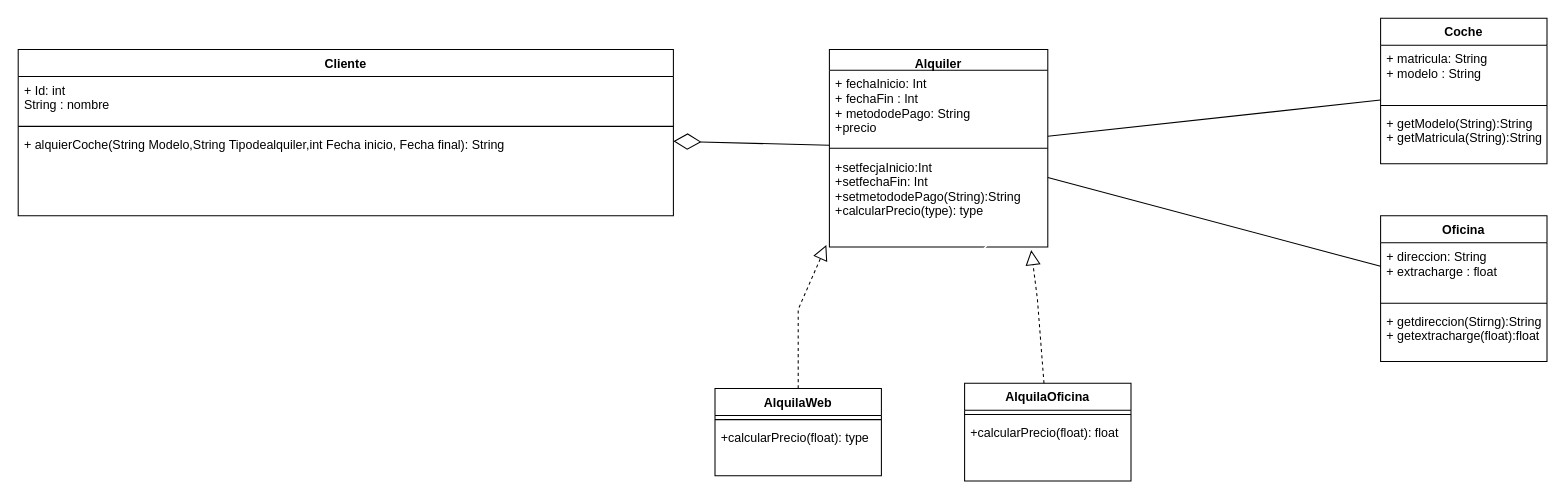
Above: Untitled Diagram.drawio in javierlago/UmlDiagrams (draw.io), before the change. Source tidied: cells renumbered, new cells numbered last; positions are measured from the earlier drawing's top-left corner, leaving out a move shared by most shapes. Both pictures are drawn from the tidied source at 104%, with x=0, y=0 at pixel (18, 18).
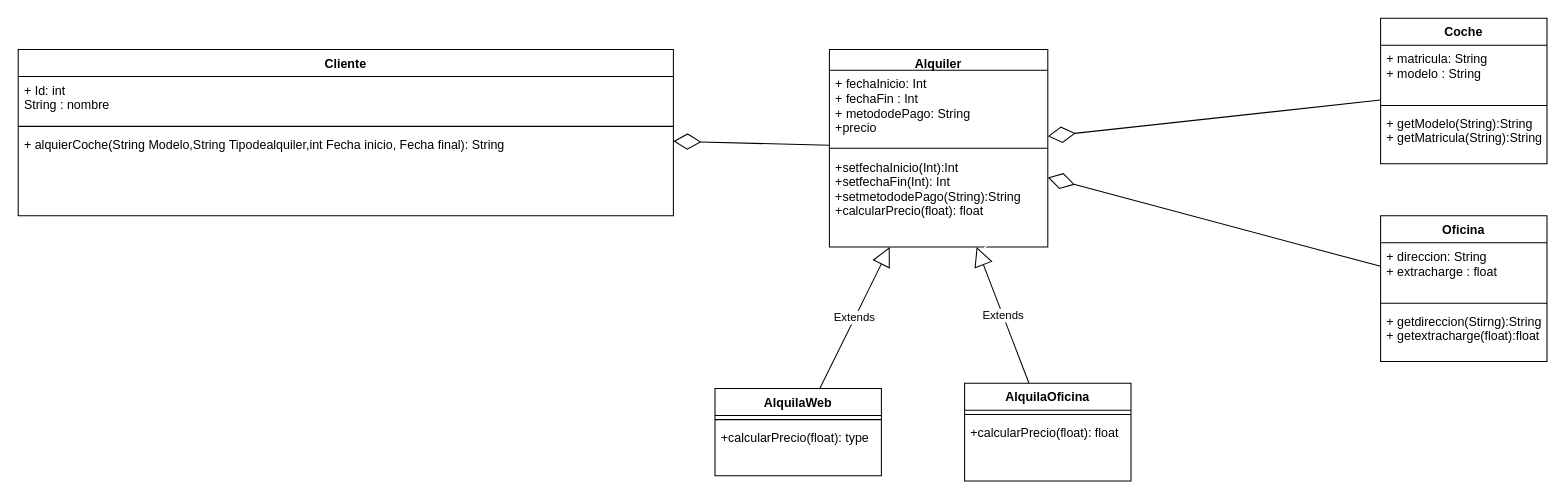
Above is the later version.

Unchanged cells that the change refers to:
```xml
<mxCell id="6" value="Coche" style="swimlane;fontStyle=1;align=center;verticalAlign=top;horizontal=1;startSize=26;" parent="1" vertex="1">
  <mxGeometry x="1310" width="160" height="140" as="geometry" />
</mxCell>
<mxCell id="10" value="Oficina" style="swimlane;fontStyle=1;align=center;verticalAlign=top;horizontal=1;startSize=26;" parent="1" vertex="1">
  <mxGeometry x="1310" y="190" width="160" height="140" as="geometry" />
</mxCell>
<mxCell id="14" value="Alquiler" style="swimlane;fontStyle=1;align=center;verticalAlign=top;horizontal=1;startSize=20;" parent="1" vertex="1">
  <mxGeometry x="780" y="30" width="210" height="190" as="geometry" />
</mxCell>
<mxCell id="18" value="AlquilaWeb" style="swimlane;fontStyle=1;align=center;verticalAlign=top;horizontal=1;startSize=26;" parent="1" vertex="1">
  <mxGeometry x="670" y="356" width="160" height="84" as="geometry" />
</mxCell>
<mxCell id="21" value="AlquilaOficina" style="swimlane;fontStyle=1;align=center;verticalAlign=top;horizontal=1;startSize=26;" parent="1" vertex="1">
  <mxGeometry x="910" y="351" width="160" height="94" as="geometry" />
</mxCell>
```

The edit, as a diff of the source:
```diff
@@
-    <mxCell id="17" value="+setfecjaInicio:Int&#10;+setfechaFin: Int&#10;+setmetododePago(String):String&#10;+calcularPrecio(type): type&#10;" style="text;strokeColor=none;fillColor=none;align=left;verticalAlign=top;spacingLeft=4;spacingRight=4;overflow=hidden;points=[[0,0.5],[1,0.5]];portConstraint=eastwest;" parent="14" vertex="1">
+    <mxCell id="17" value="+setfechaInicio(Int):Int&#10;+setfechaFin(Int): Int&#10;+setmetododePago(String):String&#10;+calcularPrecio(float): float&#10;" style="text;strokeColor=none;fillColor=none;align=left;verticalAlign=top;spacingLeft=4;spacingRight=4;overflow=hidden;points=[[0,0.5],[1,0.5]];portConstraint=eastwest;" parent="14" vertex="1">
       <mxGeometry y="100" width="210" height="90" as="geometry" />
     </mxCell>
@@
-    <mxCell id="25" style="endArrow=block;dashed=1;endFill=0;endSize=12;html=1;rounded=0;entryX=-0.014;entryY=0.978;entryDx=0;entryDy=0;entryPerimeter=0;" parent="1" edge="1" source="18" target="17">
-      <mxGeometry relative="1" as="geometry">
-        <Array as="points">
-          <mxPoint x="750" y="280" />
-        </Array>
-      </mxGeometry>
-    </mxCell>
-    <mxCell id="26" style="endArrow=block;dashed=1;endFill=0;endSize=12;html=1;rounded=0;entryX=0.924;entryY=1.033;entryDx=0;entryDy=0;entryPerimeter=0;" parent="1" edge="1" source="21" target="17">
-      <mxGeometry relative="1" as="geometry">
-        <Array as="points">
-          <mxPoint x="980" y="270" />
-        </Array>
-      </mxGeometry>
-    </mxCell>
-    <mxCell id="27" style="endArrow=none;html=1;rounded=0;" parent="1" edge="1" source="6" target="14">
-      <mxGeometry relative="1" as="geometry" />
-    </mxCell>
-    <mxCell id="28" style="endArrow=none;html=1;rounded=0;" parent="1" edge="1" source="14" target="10">
-      <mxGeometry relative="1" as="geometry" />
-    </mxCell>
@@
+    <mxCell id="32" value="Extends" style="endArrow=block;endSize=16;endFill=0;html=1;rounded=0;" parent="1" edge="1" source="18" target="14">
+      <mxGeometry relative="1" as="geometry" />
+    </mxCell>
+    <mxCell id="33" value="Extends" style="endArrow=block;endSize=16;endFill=0;html=1;rounded=0;" parent="1" edge="1" source="21" target="14">
+      <mxGeometry relative="1" as="geometry" />
+    </mxCell>
+    <mxCell id="34" style="endArrow=diamondThin;endFill=0;endSize=24;html=1;rounded=0;" parent="1" edge="1" source="10" target="14">
+      <mxGeometry relative="1" as="geometry" />
+    </mxCell>
+    <mxCell id="27" style="endArrow=diamondThin;endFill=0;endSize=24;html=1;rounded=0;" parent="1" edge="1" source="6" target="14">
+      <mxGeometry relative="1" as="geometry" />
+    </mxCell>
```
